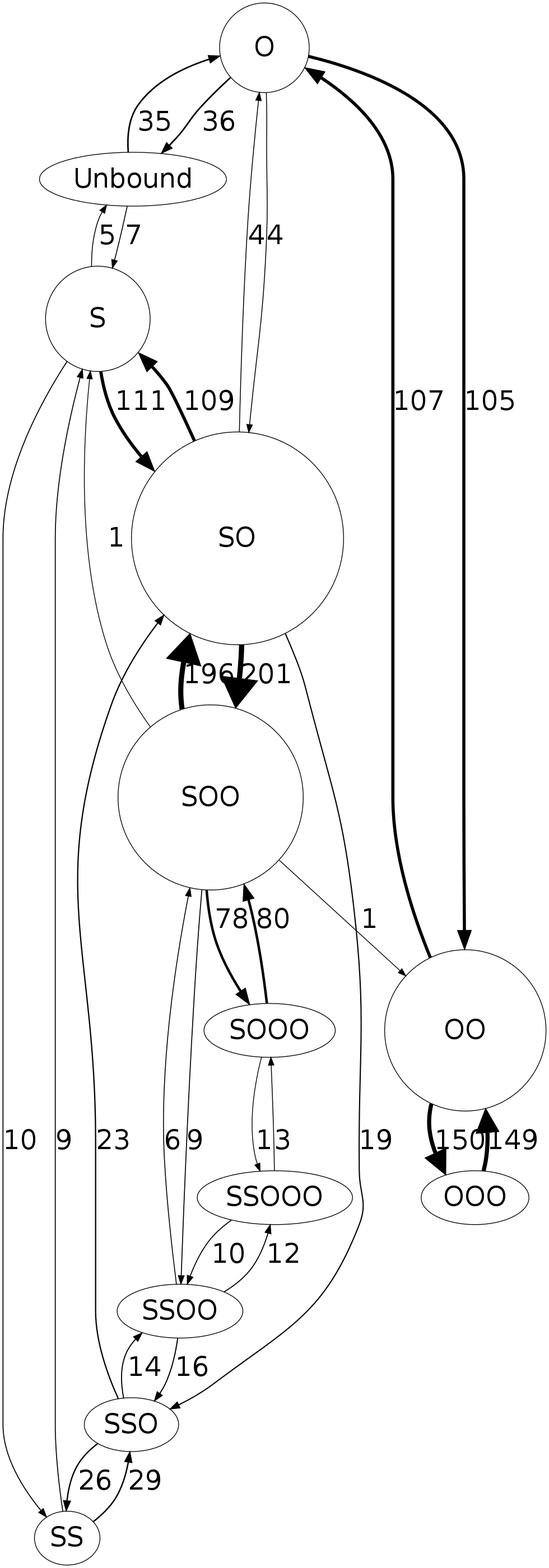
This is images/coordinations/coordination-changes-hot.png from eshamay/so2temperature, a Graphviz export, as it was before one commit. Its source is kept beside it as images/coordinations/coordination-changes-hot.dot. The source it was exported from:
```dot
digraph NAME {
	O -> Unbound [ label = 36, arrowsize = 1.53731343284, penwidth = 2.07462686567 ];
	SS -> SSO [ label = 29, arrowsize = 1.4328358209, penwidth = 1.86567164179 ];
	SS -> S [ label = 9, arrowsize = 1.13432835821, penwidth = 1.26865671642 ];
	SO -> SOO [ label = 201, arrowsize = 4.0, penwidth = 7.0 ];
	SSOO -> SSOOO [ label = 12, arrowsize = 1.17910447761, penwidth = 1.35820895522 ];
	SOO -> OO [ label = 1, arrowsize = 1.01492537313, penwidth = 1.02985074627 ];
	SOO -> SSOO [ label = 9, arrowsize = 1.13432835821, penwidth = 1.26865671642 ];
	S -> Unbound [ label = 5, arrowsize = 1.07462686567, penwidth = 1.14925373134 ];
	OO -> O [ label = 107, arrowsize = 2.59701492537, penwidth = 4.19402985075 ];
	SSOO -> SOO [ label = 6, arrowsize = 1.08955223881, penwidth = 1.17910447761 ];
	SSO -> SS [ label = 26, arrowsize = 1.38805970149, penwidth = 1.77611940299 ];
	SSO -> SO [ label = 23, arrowsize = 1.34328358209, penwidth = 1.68656716418 ];
	SOO -> S [ label = 1, arrowsize = 1.01492537313, penwidth = 1.02985074627 ];
	O -> OO [ label = 105, arrowsize = 2.5671641791, penwidth = 4.13432835821 ];
	SOO -> SOOO [ label = 78, arrowsize = 2.16417910448, penwidth = 3.32835820896 ];
	SSOO -> SSO [ label = 16, arrowsize = 1.23880597015, penwidth = 1.4776119403 ];
	S -> SO [ label = 111, arrowsize = 2.65671641791, penwidth = 4.31343283582 ];
	SSO -> SSOO [ label = 14, arrowsize = 1.20895522388, penwidth = 1.41791044776 ];
	SOO -> SO [ label = 196, arrowsize = 3.92537313433, penwidth = 6.85074626866 ];
	OO -> OOO [ label = 150, arrowsize = 3.23880597015, penwidth = 5.4776119403 ];
	OOO -> OO [ label = 149, arrowsize = 3.22388059701, penwidth = 5.44776119403 ];
	SOOO -> SSOOO [ label = 1, arrowsize = 1.01492537313, penwidth = 1.02985074627 ];
	S -> SS [ label = 10, arrowsize = 1.14925373134, penwidth = 1.29850746269 ];
	SSOOO -> SOOO [ label = 3, arrowsize = 1.0447761194, penwidth = 1.08955223881 ];
	SO -> O [ label = 4, arrowsize = 1.05970149254, penwidth = 1.11940298507 ];
	SOOO -> SOO [ label = 80, arrowsize = 2.19402985075, penwidth = 3.38805970149 ];
	Unbound -> O [ label = 35, arrowsize = 1.5223880597, penwidth = 2.0447761194 ];
	O -> SO [ label = 4, arrowsize = 1.05970149254, penwidth = 1.11940298507 ];
	SO -> SSO [ label = 19, arrowsize = 1.28358208955, penwidth = 1.5671641791 ];
	Unbound -> S [ label = 7, arrowsize = 1.10447761194, penwidth = 1.20895522388 ];
	SSOOO -> SSOO [ label = 10, arrowsize = 1.14925373134, penwidth = 1.29850746269 ];
	SO -> S [ label = 109, arrowsize = 2.62686567164, penwidth = 4.25373134328 ];
	OO [ width = 3.003951, height = 3.003951];
	Unbound [ width = 0.705030, height = 0.705030];
	SS [ width = 0.353743, height = 0.353743];
	SSO [ width = 0.835636, height = 0.835636];
	O [ width = 1.668407, height = 1.668407];
	S [ width = 1.954595, height = 1.954595];
	SO [ width = 3.960982, height = 3.960982];
	SOO [ width = 3.439374, height = 3.439374];
	SSOO [ width = 0.474114, height = 0.474114];
} [ fontsize = 36 ];
```
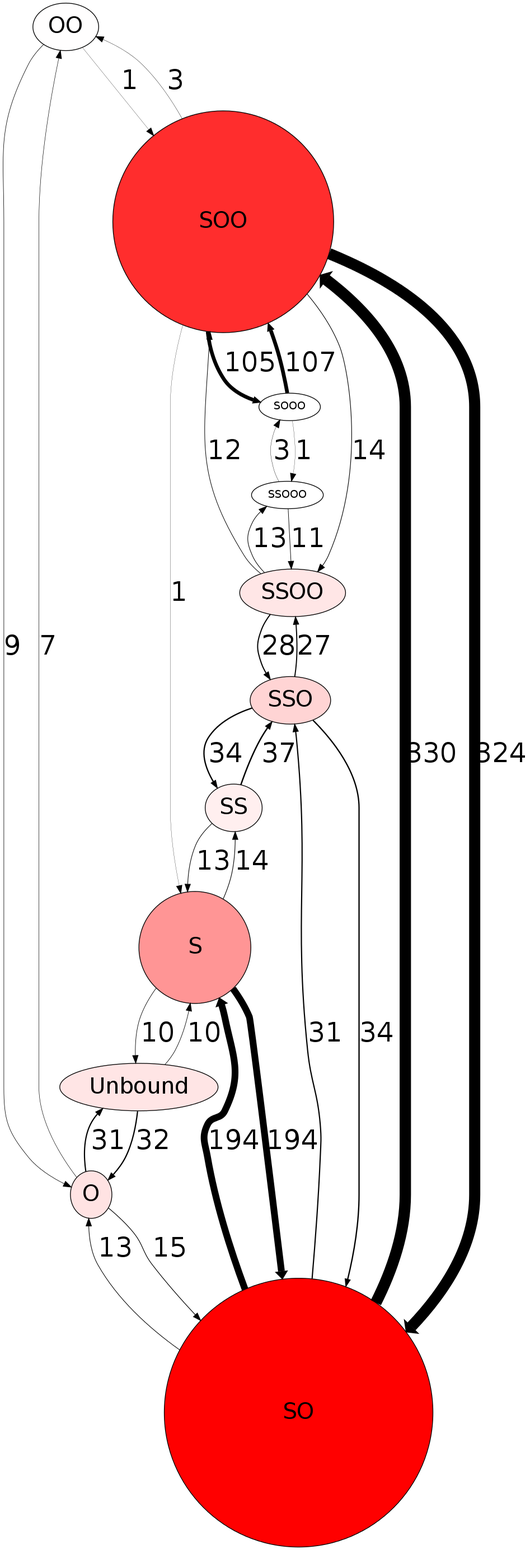
After the change.

Commit message:
new images for the coordination transitions

Diff of the diagram source:
```diff
@@ -1,43 +1,42 @@
 digraph NAME {
-	O -> Unbound [ label = 36, arrowsize = 1.53731343284, penwidth = 2.07462686567 ];
-	SS -> SSO [ label = 29, arrowsize = 1.4328358209, penwidth = 1.86567164179 ];
-	SS -> S [ label = 9, arrowsize = 1.13432835821, penwidth = 1.26865671642 ];
-	SO -> SOO [ label = 201, arrowsize = 4.0, penwidth = 7.0 ];
-	SSOO -> SSOOO [ label = 12, arrowsize = 1.17910447761, penwidth = 1.35820895522 ];
-	SOO -> OO [ label = 1, arrowsize = 1.01492537313, penwidth = 1.02985074627 ];
-	SOO -> SSOO [ label = 9, arrowsize = 1.13432835821, penwidth = 1.26865671642 ];
-	S -> Unbound [ label = 5, arrowsize = 1.07462686567, penwidth = 1.14925373134 ];
-	OO -> O [ label = 107, arrowsize = 2.59701492537, penwidth = 4.19402985075 ];
-	SSOO -> SOO [ label = 6, arrowsize = 1.08955223881, penwidth = 1.17910447761 ];
-	SSO -> SS [ label = 26, arrowsize = 1.38805970149, penwidth = 1.77611940299 ];
-	SSO -> SO [ label = 23, arrowsize = 1.34328358209, penwidth = 1.68656716418 ];
-	SOO -> S [ label = 1, arrowsize = 1.01492537313, penwidth = 1.02985074627 ];
-	O -> OO [ label = 105, arrowsize = 2.5671641791, penwidth = 4.13432835821 ];
-	SOO -> SOOO [ label = 78, arrowsize = 2.16417910448, penwidth = 3.32835820896 ];
-	SSOO -> SSO [ label = 16, arrowsize = 1.23880597015, penwidth = 1.4776119403 ];
-	S -> SO [ label = 111, arrowsize = 2.65671641791, penwidth = 4.31343283582 ];
-	SSO -> SSOO [ label = 14, arrowsize = 1.20895522388, penwidth = 1.41791044776 ];
-	SOO -> SO [ label = 196, arrowsize = 3.92537313433, penwidth = 6.85074626866 ];
-	OO -> OOO [ label = 150, arrowsize = 3.23880597015, penwidth = 5.4776119403 ];
-	OOO -> OO [ label = 149, arrowsize = 3.22388059701, penwidth = 5.44776119403 ];
-	SOOO -> SSOOO [ label = 1, arrowsize = 1.01492537313, penwidth = 1.02985074627 ];
-	S -> SS [ label = 10, arrowsize = 1.14925373134, penwidth = 1.29850746269 ];
-	SSOOO -> SOOO [ label = 3, arrowsize = 1.0447761194, penwidth = 1.08955223881 ];
-	SO -> O [ label = 4, arrowsize = 1.05970149254, penwidth = 1.11940298507 ];
-	SOOO -> SOO [ label = 80, arrowsize = 2.19402985075, penwidth = 3.38805970149 ];
-	Unbound -> O [ label = 35, arrowsize = 1.5223880597, penwidth = 2.0447761194 ];
-	O -> SO [ label = 4, arrowsize = 1.05970149254, penwidth = 1.11940298507 ];
-	SO -> SSO [ label = 19, arrowsize = 1.28358208955, penwidth = 1.5671641791 ];
-	Unbound -> S [ label = 7, arrowsize = 1.10447761194, penwidth = 1.20895522388 ];
-	SSOOO -> SSOO [ label = 10, arrowsize = 1.14925373134, penwidth = 1.29850746269 ];
-	SO -> S [ label = 109, arrowsize = 2.62686567164, penwidth = 4.25373134328 ];
-	OO [ width = 3.003951, height = 3.003951];
-	Unbound [ width = 0.705030, height = 0.705030];
-	SS [ width = 0.353743, height = 0.353743];
-	SSO [ width = 0.835636, height = 0.835636];
-	O [ width = 1.668407, height = 1.668407];
-	S [ width = 1.954595, height = 1.954595];
-	SO [ width = 3.960982, height = 3.960982];
-	SOO [ width = 3.439374, height = 3.439374];
-	SSOO [ width = 0.474114, height = 0.474114];
-} [ fontsize = 36 ];
+	OO -> SOO [ label=1, penwidth=0.245455, fontsize=36 ];
+	O -> Unbound [ label=31, penwidth=1.609091, fontsize=36 ];
+	SS -> SSO [ label=37, penwidth=1.881818, fontsize=36 ];
+	SS -> S [ label=13, penwidth=0.790909, fontsize=36 ];
+	SO -> SOO [ label=330, penwidth=15.200000, fontsize=36 ];
+	SSOO -> SSOOO [ label=13, penwidth=0.790909, fontsize=36 ];
+	SOO -> OO [ label=3, penwidth=0.336364, fontsize=36 ];
+	SOO -> SSOO [ label=14, penwidth=0.836364, fontsize=36 ];
+	S -> Unbound [ label=10, penwidth=0.654545, fontsize=36 ];
+	OO -> O [ label=9, penwidth=0.609091, fontsize=36 ];
+	SSOO -> SOO [ label=12, penwidth=0.745455, fontsize=36 ];
+	SSO -> SS [ label=34, penwidth=1.745455, fontsize=36 ];
+	SSO -> SO [ label=34, penwidth=1.745455, fontsize=36 ];
+	SOO -> S [ label=1, penwidth=0.245455, fontsize=36 ];
+	O -> OO [ label=7, penwidth=0.518182, fontsize=36 ];
+	SOO -> SOOO [ label=105, penwidth=4.972727, fontsize=36 ];
+	SSOO -> SSO [ label=28, penwidth=1.472727, fontsize=36 ];
+	S -> SO [ label=194, penwidth=9.018182, fontsize=36 ];
+	SSO -> SSOO [ label=27, penwidth=1.427273, fontsize=36 ];
+	SOO -> SO [ label=324, penwidth=14.927273, fontsize=36 ];
+	SOOO -> SSOOO [ label=1, penwidth=0.245455, fontsize=36 ];
+	S -> SS [ label=14, penwidth=0.836364, fontsize=36 ];
+	SSOOO -> SOOO [ label=3, penwidth=0.336364, fontsize=36 ];
+	SO -> O [ label=13, penwidth=0.790909, fontsize=36 ];
+	SOOO -> SOO [ label=107, penwidth=5.063636, fontsize=36 ];
+	Unbound -> O [ label=32, penwidth=1.654545, fontsize=36 ];
+	O -> SO [ label=15, penwidth=0.881818, fontsize=36 ];
+	SO -> SSO [ label=31, penwidth=1.609091, fontsize=36 ];
+	Unbound -> S [ label=10, penwidth=0.654545, fontsize=36 ];
+	SSOOO -> SSOO [ label=11, penwidth=0.700000, fontsize=36 ];
+	SO -> S [ label=194, penwidth=9.018182, fontsize=36 ];
+	OO [ width = 0.033371, height = 0.033371, fontsize=30, style=filled, fillcolor = "0.0,0.006674,1.0" ];
+	Unbound [ width = 0.515384, height = 0.515384, fontsize=30, style=filled, fillcolor = "0.0,0.103077,1.0" ];
+	SS [ width = 0.316653, height = 0.316653, fontsize=30, style=filled, fillcolor = "0.0,0.063331,1.0" ];
+	SSO [ width = 0.845804, height = 0.845804, fontsize=30, style=filled, fillcolor = "0.0,0.169161,1.0" ];
+	O [ width = 0.560427, height = 0.560427, fontsize=30, style=filled, fillcolor = "0.0,0.112085,1.0" ];
+	S [ width = 2.088022, height = 2.088022, fontsize=30, style=filled, fillcolor = "0.0,0.417604,1.0" ];
+	SO [ width = 5.000000, height = 5.000000, fontsize=30, style=filled, fillcolor = "0.0,1.000000,1.0" ];
+	SOO [ width = 4.120077, height = 4.120077, fontsize=30, style=filled, fillcolor = "0.0,0.824015,1.0" ];
+	SSOO [ width = 0.498174, height = 0.498174, fontsize=30, style=filled, fillcolor = "0.0,0.099635,1.0" ];
+ };
```
